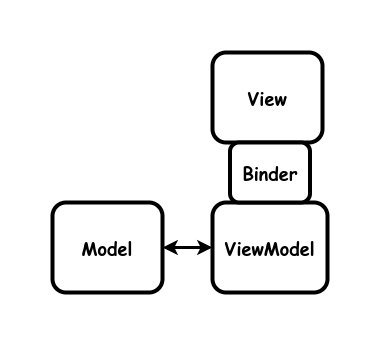
Above: images/model-view-viewmodel.drawio.png in garfix/architectural-patterns (draw.io), before the change. Source tidied: cells renumbered, new cells last; positions are measured from the earlier drawing's top-left corner, leaving out a move shared by most shapes.
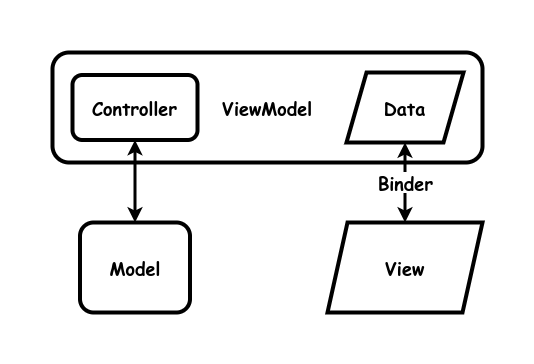
Above is the later version.

Change to the diagram source:
```diff
@@ -3,19 +3,25 @@
     <mxCell id="0" />
     <mxCell id="1" parent="0" />
     <mxCell id="2" value="&lt;b style=&quot;font-size: 18px;&quot;&gt;Model&lt;br&gt;&lt;/b&gt;" style="rounded=1;whiteSpace=wrap;html=1;strokeWidth=4;fontFamily=Comic Sans MS;fontSize=18;" parent="1" vertex="1">
-      <mxGeometry y="150" width="110" height="90" as="geometry" />
+      <mxGeometry x="-412.5" y="230" width="110" height="90" as="geometry" />
     </mxCell>
+    <mxCell id="5" value="&lt;b style=&quot;font-size: 18px;&quot;&gt;ViewModel&lt;br&gt;&lt;/b&gt;" style="rounded=1;whiteSpace=wrap;html=1;strokeWidth=4;fontFamily=Comic Sans MS;fontSize=18;" parent="1" vertex="1">
+      <mxGeometry x="-440" y="60" width="430" height="110" as="geometry" />
+    </mxCell>
+    <mxCell id="7" value="&lt;font style=&quot;font-size: 18px;&quot;&gt;&lt;b&gt;Data&lt;/b&gt;&lt;/font&gt;" style="shape=parallelogram;perimeter=parallelogramPerimeter;whiteSpace=wrap;html=1;fixedSize=1;strokeWidth=4;fontSize=18;fontFamily=Comic Sans MS;" parent="1" vertex="1">
+      <mxGeometry x="-146" y="80" width="117" height="70" as="geometry" />
+    </mxCell>
+    <mxCell id="8" value="&lt;b style=&quot;font-size: 18px;&quot;&gt;Controller&lt;br&gt;&lt;/b&gt;" style="rounded=1;whiteSpace=wrap;html=1;strokeWidth=4;fontFamily=Comic Sans MS;fontSize=18;" parent="1" vertex="1">
+      <mxGeometry x="-420" y="82.5" width="125" height="65" as="geometry" />
+    </mxCell>
+    <mxCell id="4" style="endArrow=classic;startArrow=classic;html=1;rounded=0;strokeWidth=3;endFill=1;" parent="1" edge="1" source="8" target="2">
+      <mxGeometry relative="1" as="geometry" />
+    </mxCell>
-    <mxCell id="3" value="&lt;b style=&quot;font-size: 18px;&quot;&gt;View&lt;br&gt;&lt;/b&gt;" style="rounded=1;whiteSpace=wrap;html=1;strokeWidth=4;fontFamily=Comic Sans MS;fontSize=18;" parent="1" vertex="1">
-      <mxGeometry x="160" width="110" height="90" as="geometry" />
+    <mxCell id="3" value="&lt;font style=&quot;font-size: 18px;&quot;&gt;&lt;b&gt;View&lt;/b&gt;&lt;/font&gt;" style="shape=parallelogram;perimeter=parallelogramPerimeter;whiteSpace=wrap;html=1;fixedSize=1;strokeWidth=4;fontSize=18;fontFamily=Comic Sans MS;" parent="1" vertex="1">
+      <mxGeometry x="-165" y="230" width="155" height="90" as="geometry" />
     </mxCell>
-    <mxCell id="4" style="endArrow=classic;startArrow=classic;html=1;rounded=0;strokeWidth=3;endFill=1;" parent="1" edge="1" source="5" target="2">
-      <mxGeometry relative="1" as="geometry" />
-    </mxCell>
-    <mxCell id="5" value="&lt;b style=&quot;font-size: 18px;&quot;&gt;ViewModel&lt;br&gt;&lt;/b&gt;" style="rounded=1;whiteSpace=wrap;html=1;strokeWidth=4;fontFamily=Comic Sans MS;fontSize=18;" parent="1" vertex="1">
-      <mxGeometry x="160" y="150" width="115" height="90" as="geometry" />
-    </mxCell>
-    <mxCell id="6" value="&lt;b style=&quot;font-size: 18px;&quot;&gt;Binder&lt;br&gt;&lt;/b&gt;" style="rounded=1;whiteSpace=wrap;html=1;strokeWidth=4;fontFamily=Comic Sans MS;fontSize=18;" parent="1" vertex="1">
-      <mxGeometry x="177.5" y="90" width="80" height="60" as="geometry" />
+    <mxCell id="6" value="&lt;font face=&quot;Comic Sans MS&quot; style=&quot;font-size: 18px;&quot;&gt;&lt;b&gt;Binder&lt;/b&gt;&lt;/font&gt;" style="endArrow=classic;startArrow=classic;html=1;rounded=0;strokeWidth=3;endFill=1;" parent="1" edge="1" source="7" target="3">
+      <mxGeometry relative="1" as="geometry" />
     </mxCell>
   </root>
 </mxGraphModel>
```
